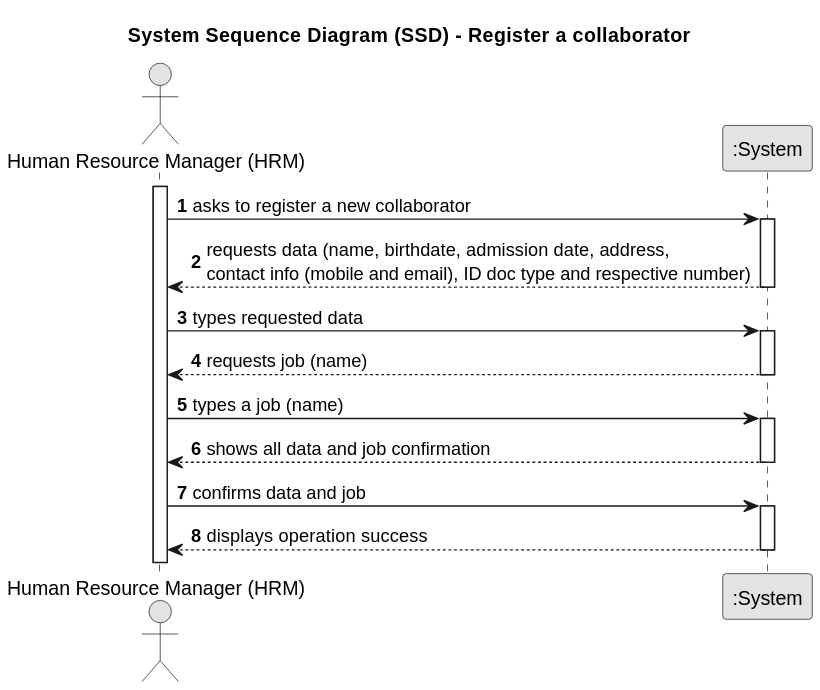
Above: docs/sprint2/us03/01.requirements-engineering/svg/us03-system-sequence-diagram-us03.svg in Departamento-de-Engenharia-Informatica/lei-24-s2-1db-g022 (PlantUML), before the change. Source of this version:
```plantuml
@startuml
skinparam monochrome true
skinparam packageStyle rectangle
skinparam shadowing false

title System Sequence Diagram (SSD) - Register a collaborator

autonumber

actor "Human Resource Manager (HRM)" as HRM
participant ":System" as System

activate HRM

    HRM -> System : asks to register a new collaborator
    activate System

    System --> HRM : requests data (name, birthdate, admission date, address, \ncontact info (mobile and email), ID doc type and respective number)
    deactivate System

    HRM -> System : types requested data
    activate System

    System --> HRM : requests job (name)
    deactivate System

    HRM -> System :  types a job (name)
    activate System

    System --> HRM : shows all data and job confirmation
    deactivate System

    HRM -> System : confirms data and job
    activate System

    System --> HRM : displays operation success
    deactivate System
@enduml
```
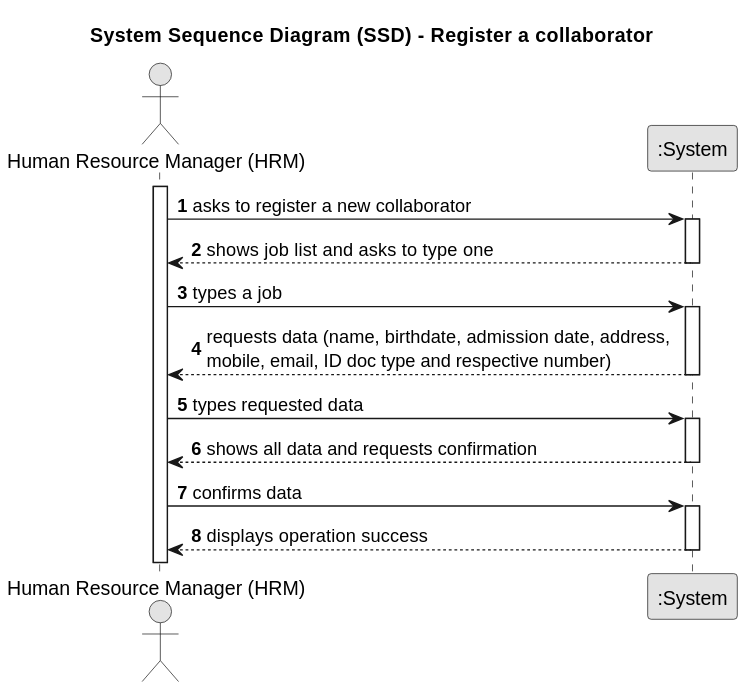
The same diagram one commit later.

What changed in the source:
```diff
@@ -15,22 +15,22 @@
     HRM -> System : asks to register a new collaborator
     activate System
 
-    System --> HRM : requests data (name, birthdate, admission date, address, \ncontact info (mobile and email), ID doc type and respective number)
+    System --> HRM : shows job list and asks to type one
+    deactivate System
+
+    HRM -> System :  types a job
+    activate System
+
+    System --> HRM : requests data (name, birthdate, admission date, address, \nmobile, email, ID doc type and respective number)
     deactivate System
 
     HRM -> System : types requested data
     activate System
 
-    System --> HRM : requests job (name)
+    System --> HRM : shows all data and requests confirmation
     deactivate System
 
-    HRM -> System :  types a job (name)
-    activate System
-
-    System --> HRM : shows all data and job confirmation
-    deactivate System
-
-    HRM -> System : confirms data and job
+    HRM -> System : confirms data
     activate System
 
     System --> HRM : displays operation success
```
